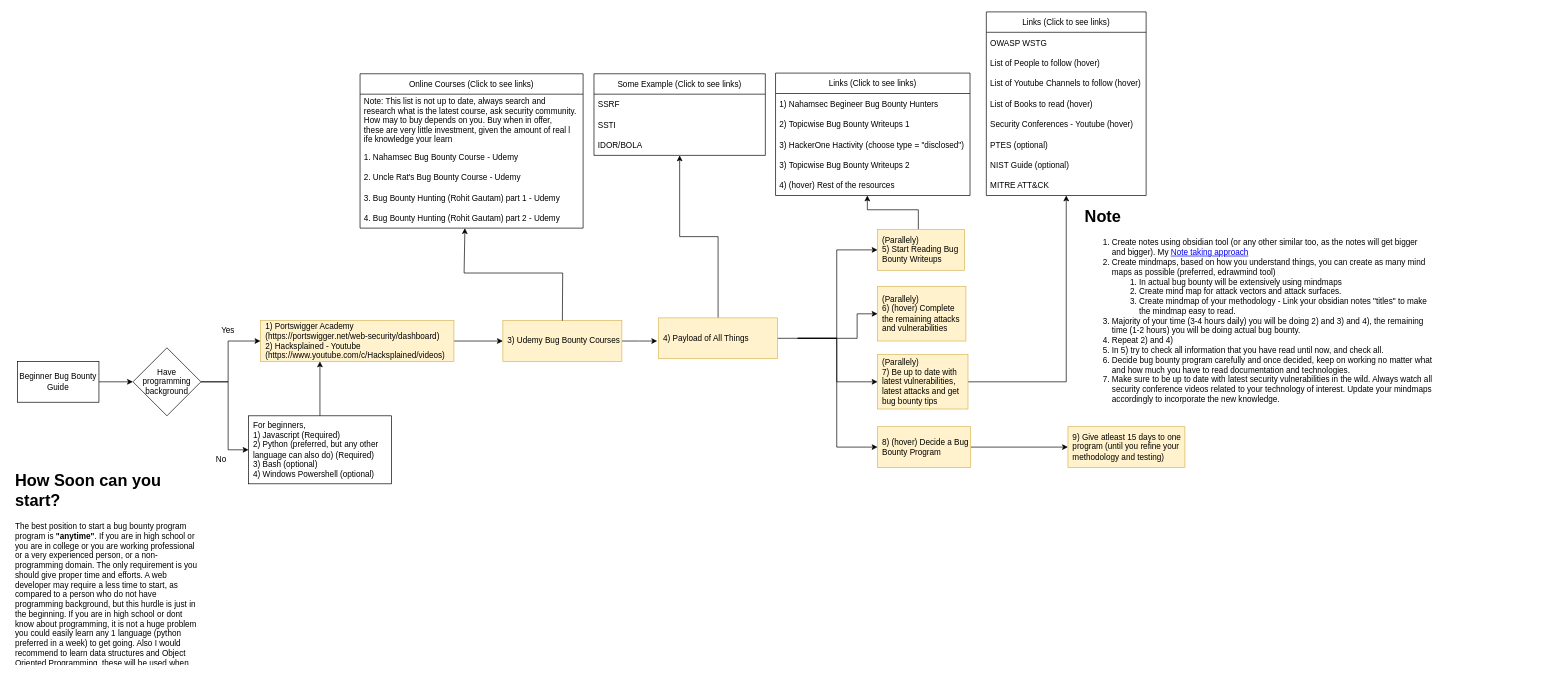
Earlier version of the draw.io diagram page "Beginner Bug Bounty Guide" (1 of 2) of how-to-start-bug-bounty.drawio (Le4kno3/Beginner-Bug-Bounty-Guide). Source tidied: cells renumbered, new cells numbered last; positions are measured from the earlier drawing's top-left corner, leaving out a move shared by most shapes. Both pictures are drawn from the tidied source at 68%, with x=0, y=0 at pixel (12, 12).
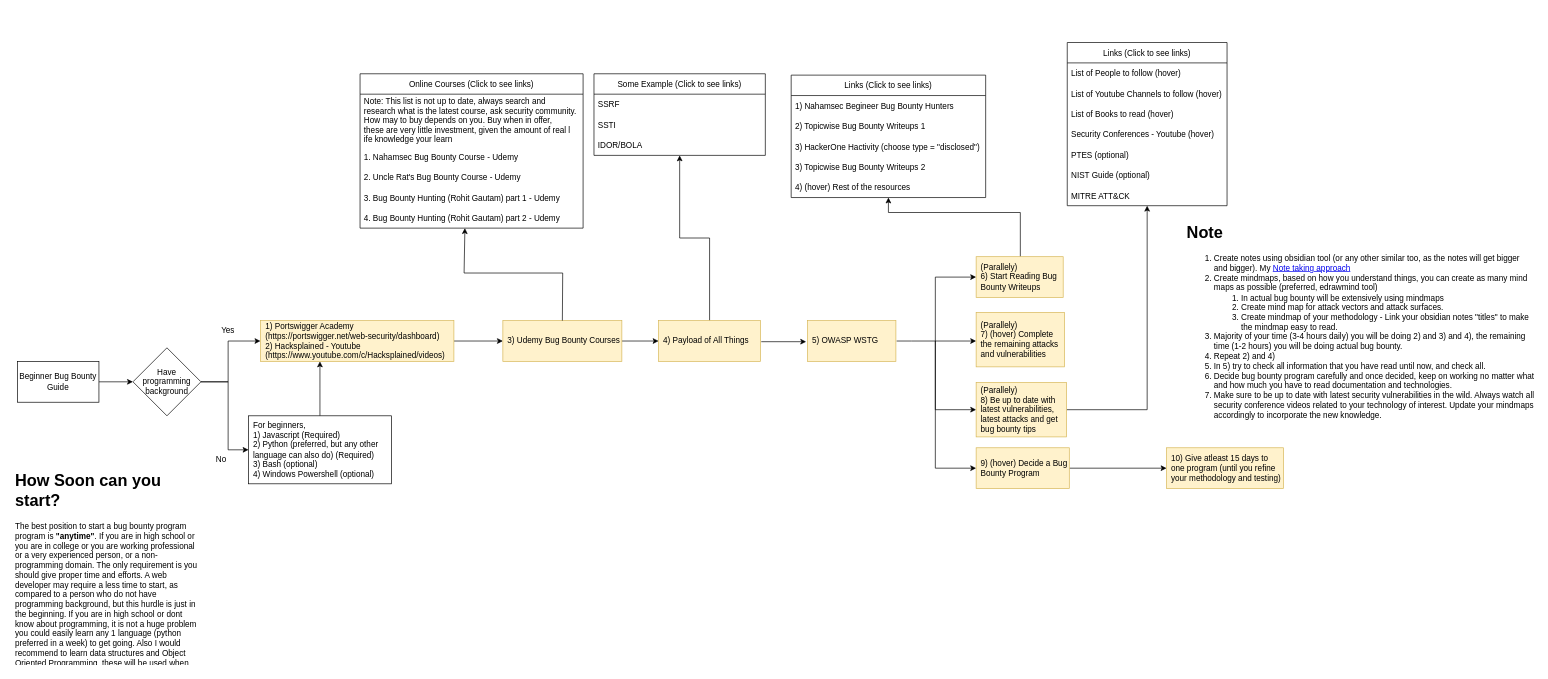
After the change.

Unchanged cells that the change refers to:
```xml
<mxCell id="40" value="3) Udemy Bug Bounty Courses" style="whiteSpace=wrap;html=1;rounded=0;fillColor=#fff2cc;strokeColor=#d6b656;align=left;spacingLeft=5;" parent="1" vertex="1">
  <mxGeometry x="722" y="454" width="175" height="60" as="geometry" />
</mxCell>
```

Diff of the diagram source:
```diff
@@
     <mxCell id="7" style="edgeStyle=orthogonalEdgeStyle;rounded=0;jettySize=auto;html=1;" parent="1" edge="1" target="16">
       <mxGeometry relative="1" as="geometry">
-        <mxPoint x="1155.5" y="480" as="sourcePoint" />
+        <mxPoint x="1358" y="484" as="sourcePoint" />
         <Array as="points">
-          <mxPoint x="1213" y="480" />
-          <mxPoint x="1213" y="350" />
+          <mxPoint x="1358" y="390" />
         </Array>
       </mxGeometry>
     </mxCell>
     <mxCell id="8" style="edgeStyle=orthogonalEdgeStyle;rounded=0;jettySize=auto;html=1;entryX=0;entryY=0.5;entryDx=0;entryDy=0;" parent="1" edge="1" target="24">
       <mxGeometry relative="1" as="geometry">
-        <mxPoint x="1155.5" y="480" as="sourcePoint" />
+        <mxPoint x="1358" y="484" as="sourcePoint" />
         <Array as="points">
-          <mxPoint x="1213" y="480" />
-          <mxPoint x="1213" y="544" />
-          <mxPoint x="1273" y="544" />
+          <mxPoint x="1358" y="585" />
         </Array>
       </mxGeometry>
     </mxCell>
     <mxCell id="9" style="edgeStyle=orthogonalEdgeStyle;rounded=0;jettySize=auto;html=1;" parent="1" edge="1" target="35">
       <mxGeometry relative="1" as="geometry">
-        <mxPoint x="1155.5" y="480" as="sourcePoint" />
+        <mxPoint x="1358" y="484" as="sourcePoint" />
         <Array as="points">
-          <mxPoint x="1213" y="480" />
-          <mxPoint x="1213" y="640" />
+          <mxPoint x="1358" y="671" />
         </Array>
       </mxGeometry>
     </mxCell>
-    <mxCell id="10" style="edgeStyle=orthogonalEdgeStyle;rounded=0;jettySize=auto;html=1;exitX=1;exitY=0.5;exitDx=0;exitDy=0;" parent="1" edge="1" source="52" target="38">
+    <mxCell id="10" style="edgeStyle=orthogonalEdgeStyle;rounded=0;jettySize=auto;html=1;startArrow=none;" parent="1" edge="1" target="38">
       <mxGeometry relative="1" as="geometry">
+        <mxPoint x="1301" y="484" as="sourcePoint" />
         <Array as="points">
-          <mxPoint x="1112" y="480" />
-          <mxPoint x="1243" y="480" />
-          <mxPoint x="1243" y="440" />
+          <mxPoint x="1323" y="484" />
+          <mxPoint x="1323" y="484" />
         </Array>
       </mxGeometry>
     </mxCell>
@@
     <mxCell id="15" style="edgeStyle=orthogonalEdgeStyle;rounded=0;jettySize=auto;html=1;" parent="1" edge="1" source="16" target="17">
       <mxGeometry relative="1" as="geometry">
         <Array as="points">
-          <mxPoint x="1333" y="291" />
-          <mxPoint x="1258" y="291" />
+          <mxPoint x="1483" y="295" />
+          <mxPoint x="1289" y="295" />
         </Array>
       </mxGeometry>
     </mxCell>
-    <mxCell id="16" value="(Parallely)&lt;br&gt;5) Start Reading Bug Bounty Writeups" style="whiteSpace=wrap;html=1;fillColor=#fff2cc;strokeColor=#d6b656;rounded=0;align=left;spacingLeft=5;" parent="1" vertex="1">
-      <mxGeometry x="1273" y="320" width="128" height="60" as="geometry" />
+    <mxCell id="16" value="(Parallely)&lt;br&gt;6) Start Reading Bug Bounty Writeups" style="whiteSpace=wrap;html=1;fillColor=#fff2cc;strokeColor=#d6b656;rounded=0;align=left;spacingLeft=5;" parent="1" vertex="1">
+      <mxGeometry x="1418" y="360" width="128" height="60" as="geometry" />
     </mxCell>
     <mxCell id="17" value="Links (Click to see links)" style="swimlane;fontStyle=0;horizontal=1;startSize=30;" parent="1" vertex="1">
-      <mxGeometry x="1123" y="90" width="286" height="180" as="geometry" />
+      <mxGeometry x="1146" y="93" width="286" height="180" as="geometry" />
     </mxCell>
@@
-    <mxCell id="24" value="(Parallely)&lt;br&gt;7) Be up to date with latest vulnerabilities, latest attacks and get bug bounty tips" style="whiteSpace=wrap;html=1;align=left;fillColor=#fff2cc;strokeColor=#d6b656;rounded=0;spacingLeft=5;" parent="1" vertex="1">
-      <mxGeometry x="1273" y="504" width="133" height="80" as="geometry" />
+    <mxCell id="24" value="(Parallely)&lt;br&gt;8) Be up to date with latest vulnerabilities, latest attacks and get bug bounty tips" style="whiteSpace=wrap;html=1;align=left;fillColor=#fff2cc;strokeColor=#d6b656;rounded=0;spacingLeft=5;" parent="1" vertex="1">
+      <mxGeometry x="1418" y="545" width="133" height="80" as="geometry" />
     </mxCell>
     <mxCell id="25" value="Links (Click to see links)" style="swimlane;fontStyle=0;horizontal=1;startSize=30;" parent="1" vertex="1">
-      <mxGeometry x="1433" width="235" height="270" as="geometry" />
+      <mxGeometry x="1552" y="45" width="235" height="240" as="geometry" />
     </mxCell>
-    <mxCell id="26" value="OWASP WSTG" style="text;strokeColor=none;fillColor=none;align=left;verticalAlign=middle;spacingLeft=4;spacingRight=4;overflow=hidden;" parent="25" vertex="1">
-      <mxGeometry y="30" width="235" height="30" as="geometry" />
-    </mxCell>
     <mxCell id="27" value="List of People to follow (hover)" style="text;strokeColor=none;fillColor=none;align=left;verticalAlign=middle;spacingLeft=4;spacingRight=4;overflow=hidden;" parent="25" vertex="1">
-      <mxGeometry y="60" width="235" height="30" as="geometry" />
+      <mxGeometry y="30" width="235" height="30" as="geometry" />
     </mxCell>
     <mxCell id="28" value="List of Youtube Channels to follow (hover)" style="text;strokeColor=none;fillColor=none;align=left;verticalAlign=middle;spacingLeft=4;spacingRight=4;overflow=hidden;" parent="25" vertex="1">
-      <mxGeometry y="90" width="235" height="30" as="geometry" />
+      <mxGeometry y="60" width="235" height="30" as="geometry" />
     </mxCell>
     <mxCell id="29" value="List of Books to read (hover)" style="text;strokeColor=none;fillColor=none;align=left;verticalAlign=middle;spacingLeft=4;spacingRight=4;overflow=hidden;" parent="25" vertex="1">
-      <mxGeometry y="120" width="235" height="30" as="geometry" />
+      <mxGeometry y="90" width="235" height="30" as="geometry" />
     </mxCell>
     <mxCell id="30" value="Security Conferences - Youtube (hover)" style="text;strokeColor=none;fillColor=none;align=left;verticalAlign=middle;spacingLeft=4;spacingRight=4;overflow=hidden;" parent="25" vertex="1">
-      <mxGeometry y="150" width="235" height="30" as="geometry" />
+      <mxGeometry y="120" width="235" height="30" as="geometry" />
     </mxCell>
     <mxCell id="31" value="PTES (optional)" style="text;strokeColor=none;fillColor=none;align=left;verticalAlign=middle;spacingLeft=4;spacingRight=4;overflow=hidden;" parent="25" vertex="1">
-      <mxGeometry y="180" width="235" height="30" as="geometry" />
+      <mxGeometry y="150" width="235" height="30" as="geometry" />
     </mxCell>
     <mxCell id="32" value="NIST Guide (optional)" style="text;strokeColor=none;fillColor=none;align=left;verticalAlign=middle;spacingLeft=4;spacingRight=4;overflow=hidden;" parent="25" vertex="1">
-      <mxGeometry y="210" width="235" height="30" as="geometry" />
+      <mxGeometry y="180" width="235" height="30" as="geometry" />
     </mxCell>
     <mxCell id="33" value="MITRE ATT&amp;CK" style="text;strokeColor=none;fillColor=none;align=left;verticalAlign=middle;spacingLeft=4;spacingRight=4;overflow=hidden;" parent="25" vertex="1">
-      <mxGeometry y="240" width="235" height="30" as="geometry" />
+      <mxGeometry y="210" width="235" height="30" as="geometry" />
     </mxCell>
@@
-    <mxCell id="35" value="8) (hover) Decide a Bug Bounty Program" style="whiteSpace=wrap;html=1;align=left;fillColor=#fff2cc;strokeColor=#d6b656;rounded=0;spacingLeft=5;" parent="1" vertex="1">
-      <mxGeometry x="1273" y="610" width="137" height="60" as="geometry" />
+    <mxCell id="35" value="9) (hover) Decide a Bug Bounty Program" style="whiteSpace=wrap;html=1;align=left;fillColor=#fff2cc;strokeColor=#d6b656;rounded=0;spacingLeft=5;" parent="1" vertex="1">
+      <mxGeometry x="1418" y="641" width="137" height="60" as="geometry" />
     </mxCell>
-    <mxCell id="36" value="9) Give atleast 15 days to one program (until you refine your methodology and testing)" style="whiteSpace=wrap;html=1;align=left;fillColor=#fff2cc;strokeColor=#d6b656;rounded=0;spacingLeft=5;" parent="1" vertex="1">
-      <mxGeometry x="1553" y="610" width="172" height="60" as="geometry" />
+    <mxCell id="36" value="10) Give atleast 15 days to one program (until you refine your methodology and testing)" style="whiteSpace=wrap;html=1;align=left;fillColor=#fff2cc;strokeColor=#d6b656;rounded=0;spacingLeft=5;" parent="1" vertex="1">
+      <mxGeometry x="1698" y="641" width="172" height="60" as="geometry" />
     </mxCell>
     <mxCell id="37" value="&lt;h1&gt;Note&lt;/h1&gt;&lt;p&gt;&lt;/p&gt;&lt;ol&gt;&lt;li&gt;Create notes using obsidian tool (or any other similar too, as the notes will get bigger and bigger). My &lt;a href=&quot;https://takshil-patil529.medium.com/beginner-bug-bounty-guide-part-3-8b979d0f6511#9e9b&quot;&gt;Note taking approach&lt;/a&gt;&lt;/li&gt;&lt;li&gt;Create mindmaps, based on how you understand things, you can create as many mind maps as possible (preferred, edrawmind tool)&lt;/li&gt;&lt;ol&gt;&lt;li&gt;In actual bug bounty will be extensively using mindmaps&lt;/li&gt;&lt;li&gt;Create mind map for attack vectors and attack surfaces.&lt;/li&gt;&lt;li&gt;Create mindmap of your methodology - Link your obsidian notes &quot;titles&quot; to make the mindmap easy to read.&lt;/li&gt;&lt;/ol&gt;&lt;li&gt;Majority of your time (3-4 hours daily) you will be doing 2) and 3) and 4), the remaining time (1-2 hours) you will be doing actual bug bounty.&lt;/li&gt;&lt;li&gt;Repeat 2) and 4)&lt;/li&gt;&lt;li&gt;In 5) try to check all information that you have read until now, and check all.&lt;/li&gt;&lt;li&gt;Decide bug bounty program carefully and once decided, keep on working no matter what and how much you have to read documentation and technologies.&lt;/li&gt;&lt;li&gt;Make sure to be up to date with latest security vulnerabilities in the wild. Always watch all security conference videos related to your technology of interest. Update your mindmaps accordingly to incorporate the new knowledge.&lt;/li&gt;&lt;/ol&gt;&lt;p&gt;&lt;/p&gt;" style="text;html=1;strokeColor=none;fillColor=none;spacing=5;spacingTop=-20;whiteSpace=wrap;overflow=hidden;rounded=0;" parent="1" vertex="1">
-      <mxGeometry x="1573" y="282" width="520" height="320" as="geometry" />
+      <mxGeometry x="1723" y="305" width="520" height="320" as="geometry" />
     </mxCell>
-    <mxCell id="38" value="(Parallely)&lt;br&gt;6) (hover) Complete the remaining attacks and vulnerabilities" style="whiteSpace=wrap;html=1;align=left;fillColor=#fff2cc;strokeColor=#d6b656;rounded=0;spacingLeft=5;" parent="1" vertex="1">
-      <mxGeometry x="1273" y="404" width="130" height="80" as="geometry" />
+    <mxCell id="38" value="(Parallely)&lt;br&gt;7) (hover) Complete the remaining attacks and vulnerabilities" style="whiteSpace=wrap;html=1;align=left;fillColor=#fff2cc;strokeColor=#d6b656;rounded=0;spacingLeft=5;" parent="1" vertex="1">
+      <mxGeometry x="1418" y="442" width="130" height="80" as="geometry" />
     </mxCell>
-    <mxCell id="39" style="edgeStyle=orthogonalEdgeStyle;rounded=0;jettySize=auto;html=1;exitX=1;exitY=0.5;exitDx=0;exitDy=0;" parent="1" edge="1" source="40">
-      <mxGeometry relative="1" as="geometry">
-        <mxPoint x="949" y="484" as="targetPoint" />
-      </mxGeometry>
+    <mxCell id="39" style="edgeStyle=orthogonalEdgeStyle;rounded=0;jettySize=auto;html=1;exitX=1;exitY=0.5;exitDx=0;exitDy=0;entryX=0;entryY=0.5;entryDx=0;entryDy=0;" parent="1" edge="1" source="40" target="52">
+      <mxGeometry relative="1" as="geometry" />
     </mxCell>
@@
     <mxCell id="52" value="4) Payload of All Things" style="whiteSpace=wrap;html=1;rounded=0;fillColor=#fff2cc;strokeColor=#d6b656;align=left;spacingLeft=5;" parent="1" vertex="1">
-      <mxGeometry x="951" y="450" width="175" height="60" as="geometry" />
+      <mxGeometry x="951" y="454" width="150" height="60" as="geometry" />
     </mxCell>
@@
+    <mxCell id="57" value="5) OWASP WSTG&amp;nbsp;" style="whiteSpace=wrap;html=1;rounded=0;fillColor=#fff2cc;strokeColor=#d6b656;align=left;spacingLeft=5;" parent="1" vertex="1">
+      <mxGeometry x="1170" y="454" width="130" height="60" as="geometry" />
+    </mxCell>
+    <mxCell id="58" style="edgeStyle=orthogonalEdgeStyle;rounded=0;orthogonalLoop=1;jettySize=auto;html=1;" parent="1" edge="1">
+      <mxGeometry relative="1" as="geometry">
+        <mxPoint x="1102" y="485" as="sourcePoint" />
+        <mxPoint x="1168" y="485" as="targetPoint" />
+      </mxGeometry>
+    </mxCell>
```
